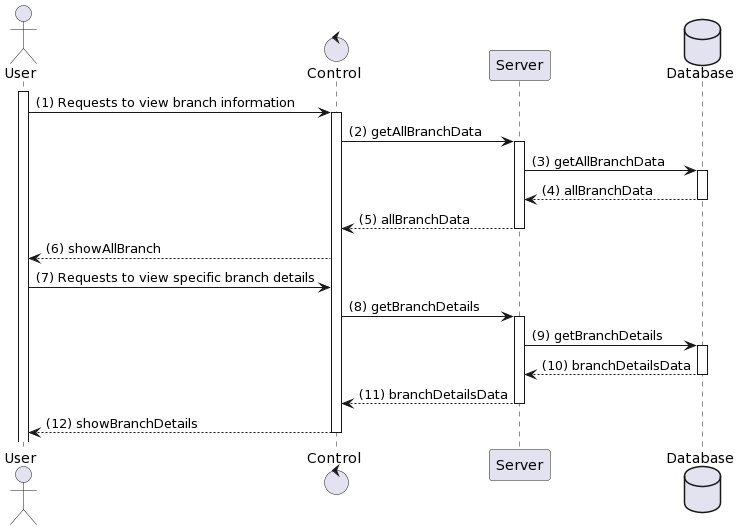
This is Lab 1/Lab 1.2/sequence_diagram/branch_management/view_branch.png from H1eu69/SE357-Pratice-class, a PlantUML export, as it was before one commit.
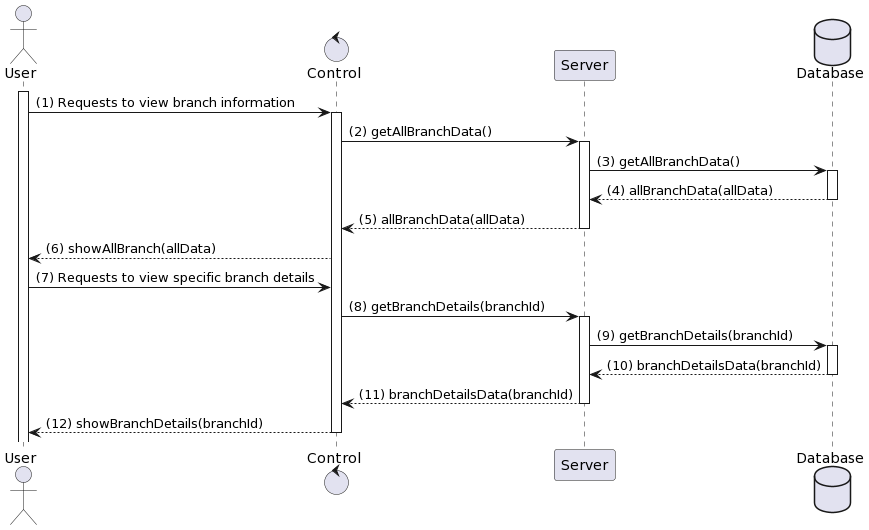
Later version of the same file.

Change to the diagram source:
```diff
@@ -7,24 +7,24 @@
 activate User
 User -> C: (1) Requests to view branch information
 activate C
-C -> S: (2) getAllBranchData
+C -> S: (2) getAllBranchData()
 activate S
-S -> Database: (3) getAllBranchData
+S -> Database: (3) getAllBranchData()
 activate Database
-Database --> S: (4) allBranchData
+Database --> S: (4) allBranchData(allData)
 deactivate Database
-S --> C: (5) allBranchData
+S --> C: (5) allBranchData(allData)
 deactivate S
-C --> User: (6) showAllBranch
+C --> User: (6) showAllBranch(allData)
 User -> C: (7) Requests to view specific branch details
-C -> S: (8) getBranchDetails
+C -> S: (8) getBranchDetails(branchId)
 activate S
-S -> Database: (9) getBranchDetails
+S -> Database: (9) getBranchDetails(branchId)
 activate Database
-Database --> S: (10) branchDetailsData
+Database --> S: (10) branchDetailsData(branchId)
 deactivate Database
-S --> C: (11) branchDetailsData
+S --> C: (11) branchDetailsData(branchId)
 deactivate S
-C --> User: (12) showBranchDetails
+C --> User: (12) showBranchDetails(branchId)
 deactivate C
 @enduml
```
